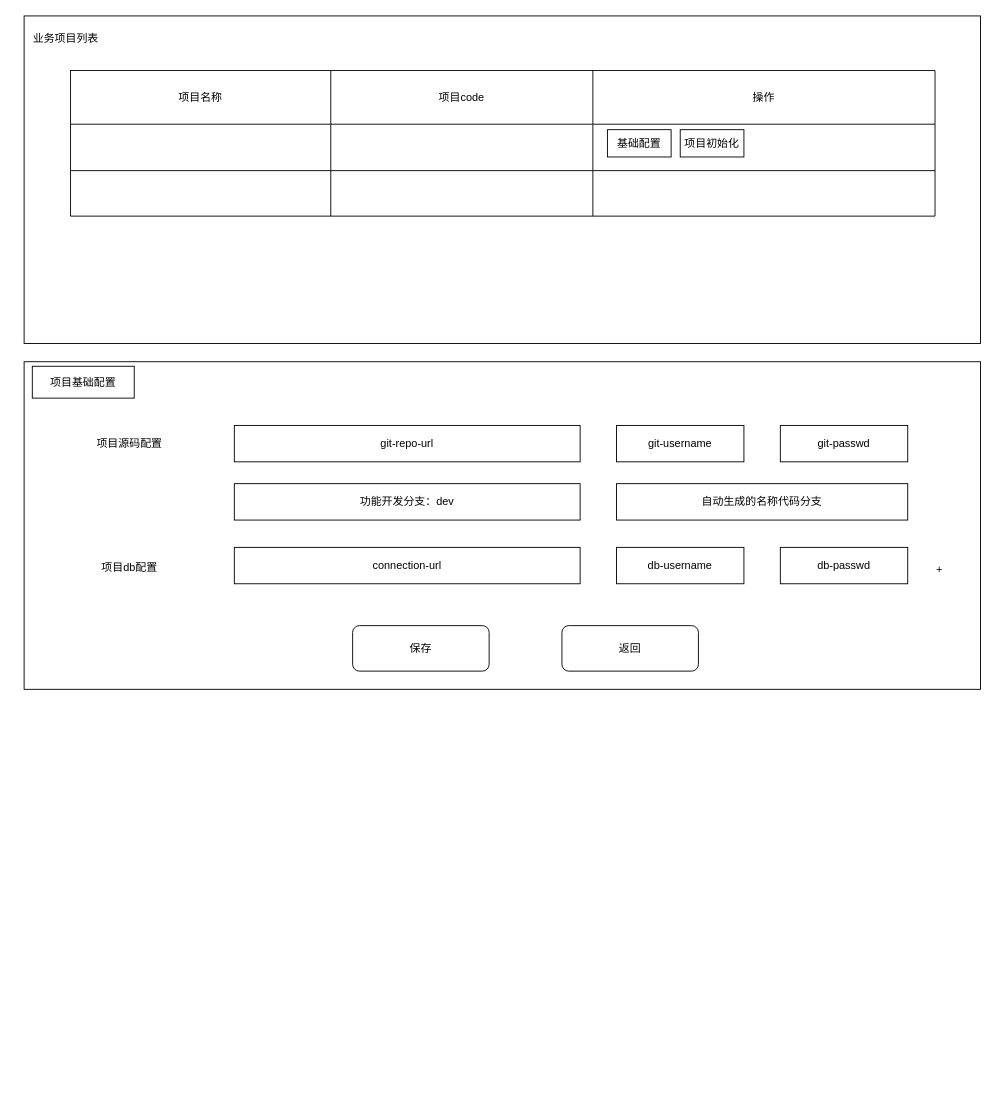
Earlier version of the draw.io diagram lowcode-ui.drawio (coding-now/blog-comments). Source tidied: cells renumbered, new cells numbered last; positions are measured from the earlier drawing's top-left corner, leaving out a move shared by most shapes. Both pictures are drawn from the tidied source at 91%, with x=0, y=0 at pixel (15, 15).
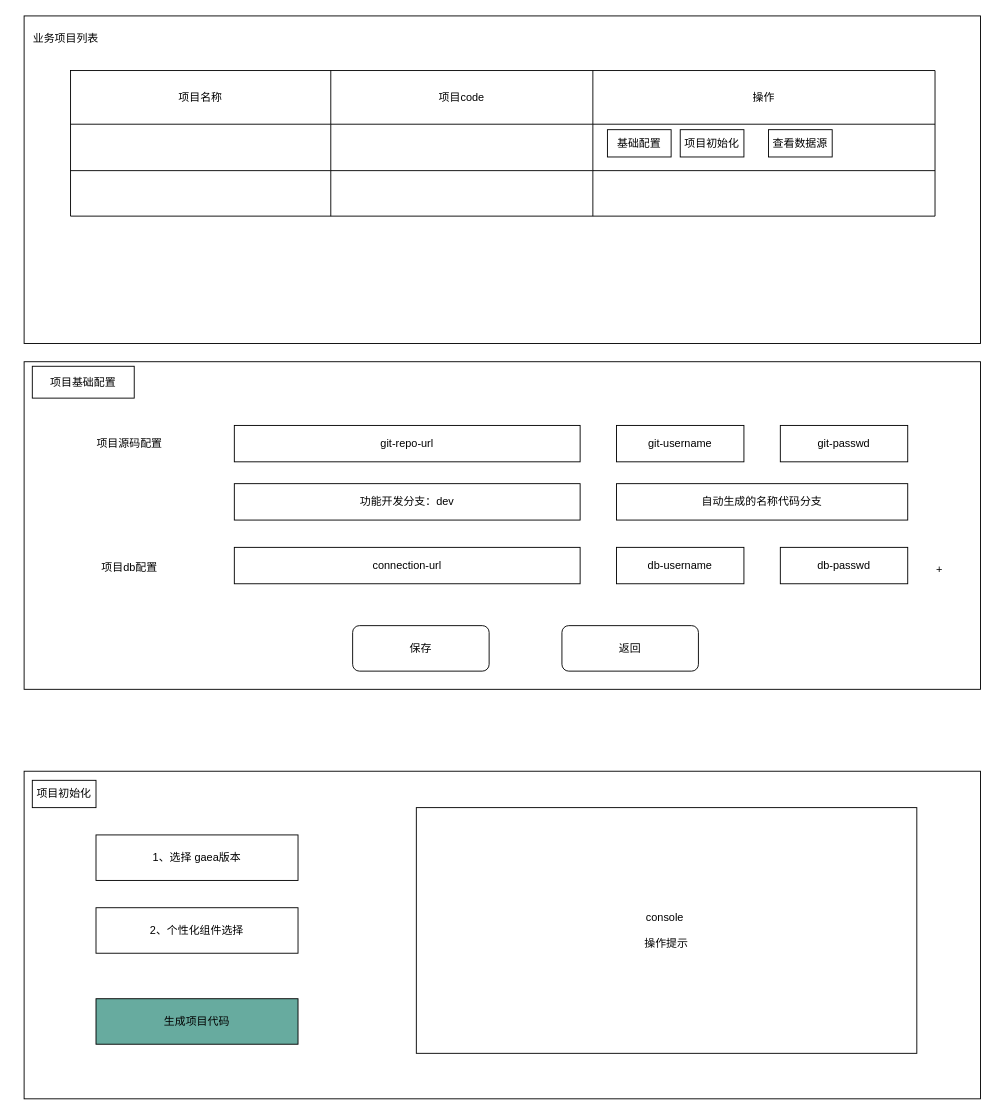
After the change.

What changed in the source:
```diff
@@
+    <mxCell id="34" value="查看数据源" style="rounded=0;whiteSpace=wrap;html=1;" parent="1" vertex="1">
+      <mxGeometry x="827" y="125" width="70" height="30" as="geometry" />
+    </mxCell>
+    <mxCell id="35" style="rounded=0;whiteSpace=wrap;html=1;" parent="1" vertex="1">
+      <mxGeometry x="9" y="830" width="1051" height="360" as="geometry" />
+    </mxCell>
+    <mxCell id="36" value="项目初始化" style="rounded=0;whiteSpace=wrap;html=1;" parent="1" vertex="1">
+      <mxGeometry x="18" y="840" width="70" height="30" as="geometry" />
+    </mxCell>
+    <mxCell id="37" value="1、选择 gaea版本" style="rounded=0;whiteSpace=wrap;html=1;strokeWidth=1;" parent="1" vertex="1">
+      <mxGeometry x="88" y="900" width="222" height="50" as="geometry" />
+    </mxCell>
+    <mxCell id="38" value="2、个性化组件选择" style="rounded=0;whiteSpace=wrap;html=1;strokeWidth=1;" parent="1" vertex="1">
+      <mxGeometry x="88" y="980" width="222" height="50" as="geometry" />
+    </mxCell>
+    <mxCell id="39" value="生成项目代码" style="rounded=0;whiteSpace=wrap;html=1;strokeWidth=1;fillColor=#67AB9F;" parent="1" vertex="1">
+      <mxGeometry x="88" y="1080" width="222" height="50" as="geometry" />
+    </mxCell>
+    <mxCell id="40" value="console&amp;nbsp;&lt;br&gt;&lt;br&gt;操作提示&lt;br&gt;" style="rounded=0;whiteSpace=wrap;html=1;strokeWidth=1;fillColor=none;" parent="1" vertex="1">
+      <mxGeometry x="440" y="870" width="550" height="270" as="geometry" />
+    </mxCell>
```
